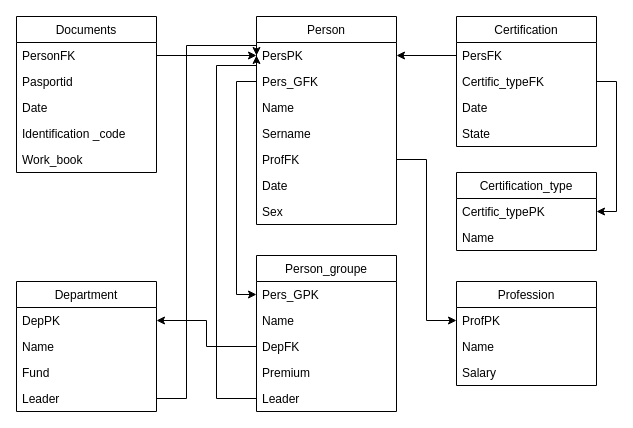
The draw.io diagram БД/КУРСАЧ/Таблиця.drawio in NazarkoNaN/Learning2021-2022, before the edit. Source tidied: cells renumbered, new cells numbered last; positions are measured from the earlier drawing's top-left corner, leaving out a move shared by most shapes. Both pictures are drawn from the tidied source at 100%, with x=0, y=0 at pixel (16, 16).
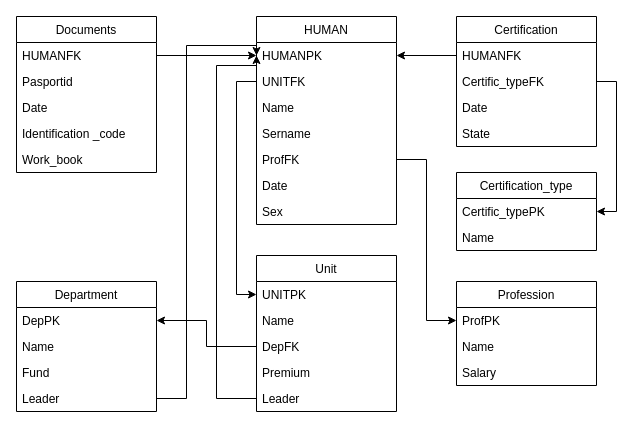
The same page after the edit.

The change refers to these unchanged cells:
```xml
<mxCell id="25" value="Certification" style="swimlane;fontStyle=0;horizontal=1;startSize=26;" parent="1" vertex="1">
  <mxGeometry x="440" width="140" height="130" as="geometry" />
</mxCell>
<mxCell id="34" value="Documents " style="swimlane;fontStyle=0;horizontal=1;startSize=26;" parent="1" vertex="1">
  <mxGeometry width="140" height="156" as="geometry" />
</mxCell>
```

What changed in the source:
```diff
@@
-    <mxCell id="2" value="Person" style="swimlane;fontStyle=0;horizontal=1;startSize=26;" parent="1" vertex="1">
+    <mxCell id="2" value="HUMAN" style="swimlane;fontStyle=0;horizontal=1;startSize=26;" parent="1" vertex="1">
       <mxGeometry x="240" width="140" height="208" as="geometry" />
     </mxCell>
-    <mxCell id="3" value="PersPK" style="text;strokeColor=none;fillColor=none;align=left;verticalAlign=top;spacingLeft=4;spacingRight=4;overflow=hidden;points=[[0,0.5],[1,0.5]];portConstraint=eastwest;" parent="2" vertex="1">
+    <mxCell id="3" value="HUMANPK" style="text;strokeColor=none;fillColor=none;align=left;verticalAlign=top;spacingLeft=4;spacingRight=4;overflow=hidden;points=[[0,0.5],[1,0.5]];portConstraint=eastwest;" parent="2" vertex="1">
       <mxGeometry y="26" width="140" height="26" as="geometry" />
     </mxCell>
-    <mxCell id="4" value="Pers_GFK&#10;" style="text;strokeColor=none;fillColor=none;align=left;verticalAlign=top;spacingLeft=4;spacingRight=4;overflow=hidden;points=[[0,0.5],[1,0.5]];portConstraint=eastwest;" parent="2" vertex="1">
+    <mxCell id="4" value="UNITFK" style="text;strokeColor=none;fillColor=none;align=left;verticalAlign=top;spacingLeft=4;spacingRight=4;overflow=hidden;points=[[0,0.5],[1,0.5]];portConstraint=eastwest;" parent="2" vertex="1">
       <mxGeometry y="52" width="140" height="26" as="geometry" />
     </mxCell>
@@
-    <mxCell id="14" value="Person_groupe" style="swimlane;fontStyle=0;horizontal=1;startSize=26;" parent="1" vertex="1">
+    <mxCell id="14" value="Unit" style="swimlane;fontStyle=0;horizontal=1;startSize=26;" parent="1" vertex="1">
       <mxGeometry x="240" y="239" width="140" height="156" as="geometry" />
     </mxCell>
-    <mxCell id="15" value="Pers_GPK" style="text;strokeColor=none;fillColor=none;align=left;verticalAlign=top;spacingLeft=4;spacingRight=4;overflow=hidden;points=[[0,0.5],[1,0.5]];portConstraint=eastwest;" parent="14" vertex="1">
+    <mxCell id="15" value="UNITPK" style="text;strokeColor=none;fillColor=none;align=left;verticalAlign=top;spacingLeft=4;spacingRight=4;overflow=hidden;points=[[0,0.5],[1,0.5]];portConstraint=eastwest;" parent="14" vertex="1">
       <mxGeometry y="26" width="140" height="26" as="geometry" />
     </mxCell>
@@
-    <mxCell id="26" value="PersFK" style="text;strokeColor=none;fillColor=none;align=left;verticalAlign=top;spacingLeft=4;spacingRight=4;overflow=hidden;points=[[0,0.5],[1,0.5]];portConstraint=eastwest;" parent="25" vertex="1">
+    <mxCell id="26" value="HUMANFK" style="text;strokeColor=none;fillColor=none;align=left;verticalAlign=top;spacingLeft=4;spacingRight=4;overflow=hidden;points=[[0,0.5],[1,0.5]];portConstraint=eastwest;" parent="25" vertex="1">
       <mxGeometry y="26" width="140" height="26" as="geometry" />
     </mxCell>
@@
-    <mxCell id="35" value="PersonFK" style="text;strokeColor=none;fillColor=none;align=left;verticalAlign=top;spacingLeft=4;spacingRight=4;overflow=hidden;points=[[0,0.5],[1,0.5]];portConstraint=eastwest;" parent="34" vertex="1">
+    <mxCell id="35" value="HUMANFK" style="text;strokeColor=none;fillColor=none;align=left;verticalAlign=top;spacingLeft=4;spacingRight=4;overflow=hidden;points=[[0,0.5],[1,0.5]];portConstraint=eastwest;" parent="34" vertex="1">
       <mxGeometry y="26" width="140" height="26" as="geometry" />
     </mxCell>
```
